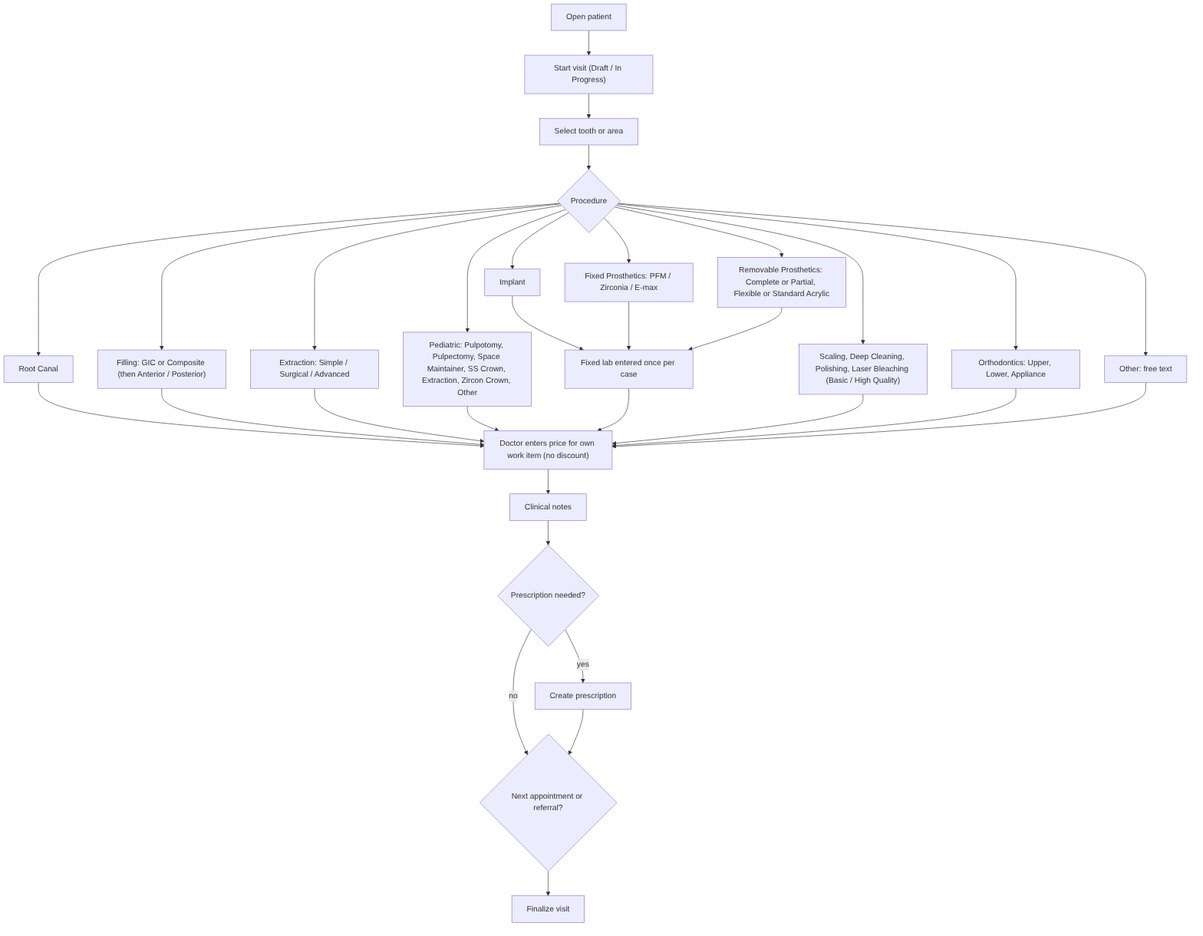
Earlier version of the Mermaid export docs/rendered-diagrams/diagram-06-doctor-treatment-workflow.png (mostafaabdullah11/Dental-clinical-system). Its source is kept beside it as docs/diagrams/diagram-06-doctor-treatment-workflow.mmd. Its diagram source:
```mermaid
flowchart TD
    S["Open patient"] --> V["Start visit (Draft / In Progress)"]
    V --> TA["Select tooth or area"]
    TA --> PR{"Procedure"}
    PR --> RC["Root Canal"]
    PR --> FI["Filling: GIC or Composite (then Anterior / Posterior)"]
    PR --> EX["Extraction: Simple / Surgical / Advanced"]
    PR --> PE["Pediatric: Pulpotomy, Pulpectomy, Space Maintainer, SS Crown, Extraction, Zircon Crown, Other"]
    PR --> IM["Implant"]
    PR --> FP["Fixed Prosthetics: PFM / Zirconia / E-max"]
    PR --> RP["Removable Prosthetics: Complete or Partial, Flexible or Standard Acrylic"]
    PR --> SC["Scaling, Deep Cleaning, Polishing, Laser Bleaching (Basic / High Quality)"]
    PR --> OR["Orthodontics: Upper, Lower, Appliance"]
    PR --> OT["Other: free text"]
    RC --> PRICE
    FI --> PRICE
    EX --> PRICE
    PE --> PRICE
    IM --> LAB["Fixed lab entered once per case"]
    FP --> LAB
    RP --> LAB
    LAB --> PRICE
    SC --> PRICE
    OR --> PRICE
    OT --> PRICE
    PRICE["Doctor enters price for own work item (no discount)"] --> N["Clinical notes"]
    N --> RX{"Prescription needed?"}
    RX -->|"yes"| RXC["Create prescription"]
    RX -->|"no"| NA
    RXC --> NA{"Next appointment or referral?"}
    NA --> FIN["Finalize visit"]
```
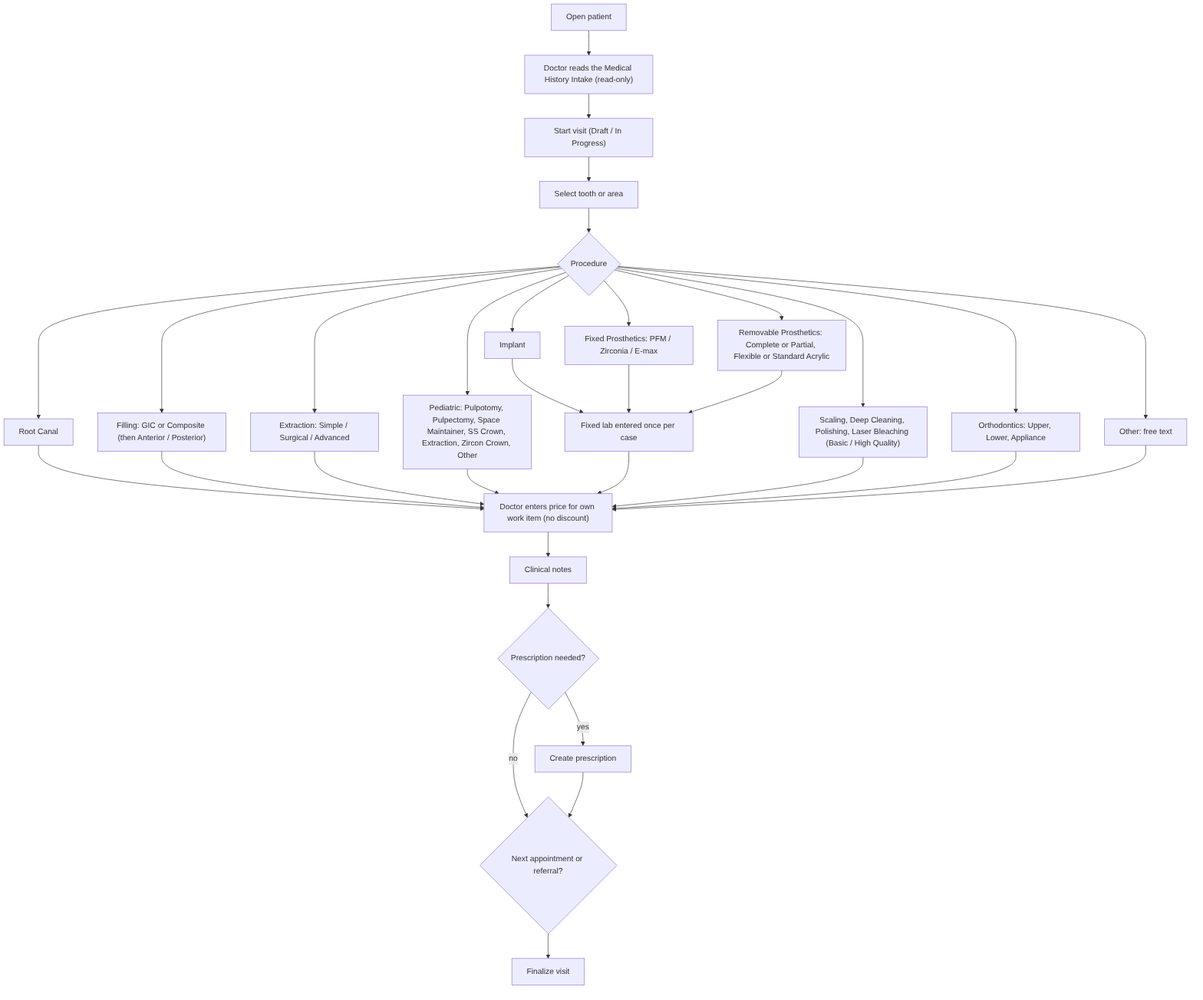
After the change.

The edit, as a diff of the source:
```diff
@@ -1,5 +1,6 @@
 flowchart TD
-    S["Open patient"] --> V["Start visit (Draft / In Progress)"]
+    S["Open patient"] --> MHR["Doctor reads the Medical History Intake (read-only)"]
+    MHR --> V["Start visit from the Doctor queue or directly"]
     V --> TA["Select tooth or area"]
     TA --> PR{"Procedure"}
     PR --> RC["Root Canal"]
@@ -16,16 +17,17 @@
     FI --> PRICE
     EX --> PRICE
     PE --> PRICE
-    IM --> LAB["Fixed lab entered once per case"]
+    IM --> LAB["Doctor enters the INITIAL fixed lab amount once per case, required before the first Fixed-lab charge (Manager may only revise later; unknown is never zero)"]
     FP --> LAB
     RP --> LAB
     LAB --> PRICE
     SC --> PRICE
     OR --> PRICE
     OT --> PRICE
-    PRICE["Doctor enters price for own work item (no discount)"] --> N["Clinical notes"]
+    PRICE["Doctor enters the initial Price for own work item (Manager has no initial-price authority); Discount (fixed EGP) may be set by Doctor, Sales or Manager before finalization: Total = Price - Discount"] --> N["Clinical notes"]
     N --> RX{"Prescription needed?"}
     RX -->|"yes"| RXC["Create prescription"]
     RX -->|"no"| NA
     RXC --> NA{"Next appointment or referral?"}
-    NA --> FIN["Finalize visit"]
+    NA --> FIN["Finalize visit: charges created, unused booked time released"]
+    FIN -.->|"correction of own finalized visit: controlled, audited"| COR["Visit correction row"]
```
